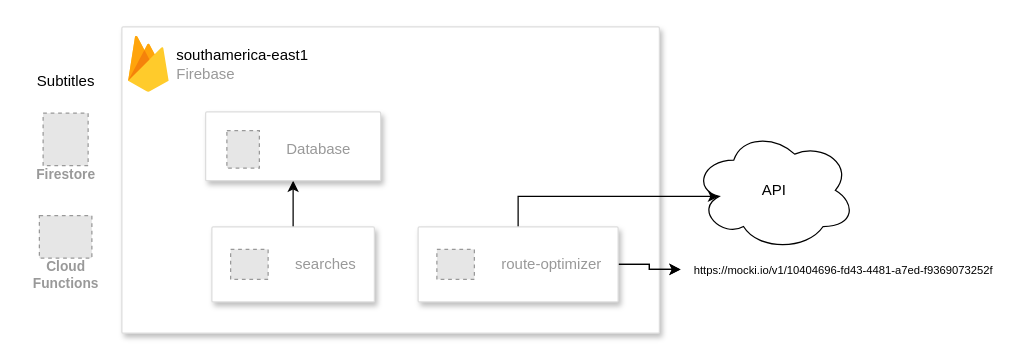
Above: backend/Architecture.drawio in brmeloleite01/ateliware-tech-assessment (draw.io), before the change. Source tidied: cells renumbered, new cells numbered last; positions are measured from the earlier drawing's top-left corner, leaving out a move shared by most shapes. Both pictures are drawn from the tidied source at 125%, with x=0, y=0 at pixel (21, 26). Pictures stored in the file or linked from it are replaced by grey dashed boxes.
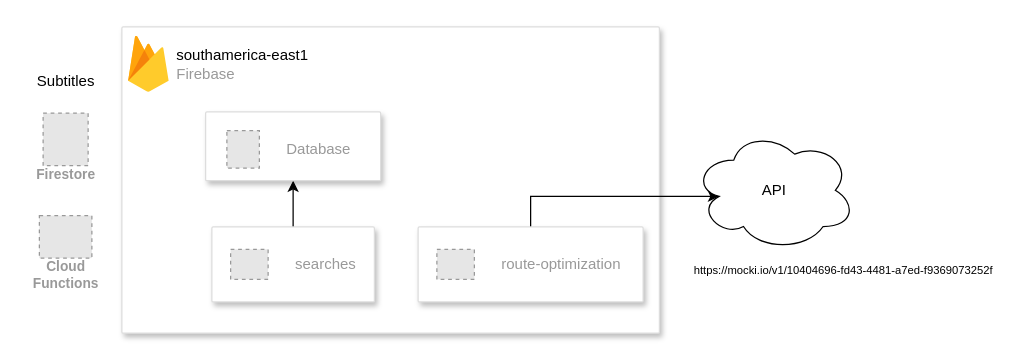
The same diagram, later.

Commit message:
renaming route optimization doc.drawio

The change refers to these unchanged cells:
```xml
<mxCell id="18" value="&lt;font style=&quot;font-size: 9px;&quot;&gt; https://mocki.io/v1/10404696-fd43-4481-a7ed-f9369073252f&lt;/font&gt;" style="text;html=1;align=center;verticalAlign=middle;points=[];strokeColor=none;fillColor=none;" parent="1" vertex="1">
  <mxGeometry x="527" y="179" width="260" height="30" as="geometry" />
</mxCell>
```

What changed in the source:
```diff
@@
-    <mxCell id="8" style="edgeStyle=orthogonalEdgeStyle;rounded=0;jettySize=auto;html=1;" parent="1" edge="1" source="10" target="18">
-      <mxGeometry relative="1" as="geometry" />
-    </mxCell>
-    <mxCell id="9" style="edgeStyle=orthogonalEdgeStyle;rounded=0;jettySize=auto;html=1;" parent="1" edge="1" source="10" target="18">
-      <mxGeometry relative="1" as="geometry" />
-    </mxCell>
     <mxCell id="10" style="strokeColor=#dddddd;shadow=1;strokeWidth=1;rounded=1;absoluteArcSize=1;arcSize=2;" parent="1" vertex="1">
-      <mxGeometry x="317" y="160" width="160" height="60" as="geometry" />
+      <mxGeometry x="317" y="160" width="180" height="60" as="geometry" />
     </mxCell>
-    <mxCell id="11" value="route-optimizer" style="fillColor=#E6E6E6;strokeColor=#999999;dashed=1;html=1;fontColor=#999999;verticalLabelPosition=middle;labelBackgroundColor=#ffffff;verticalAlign=middle;labelPosition=right;align=left;spacingLeft=20;" parent="10" vertex="1">
+    <mxCell id="11" value="route-optimization" style="fillColor=#E6E6E6;strokeColor=#999999;dashed=1;html=1;fontColor=#999999;verticalLabelPosition=middle;labelBackgroundColor=#ffffff;verticalAlign=middle;labelPosition=right;align=left;spacingLeft=20;" parent="10" vertex="1">
       <mxGeometry width="30" height="24" relative="1" as="geometry">
         <mxPoint x="15" y="18" as="offset" />
       </mxGeometry>
     </mxCell>
```
